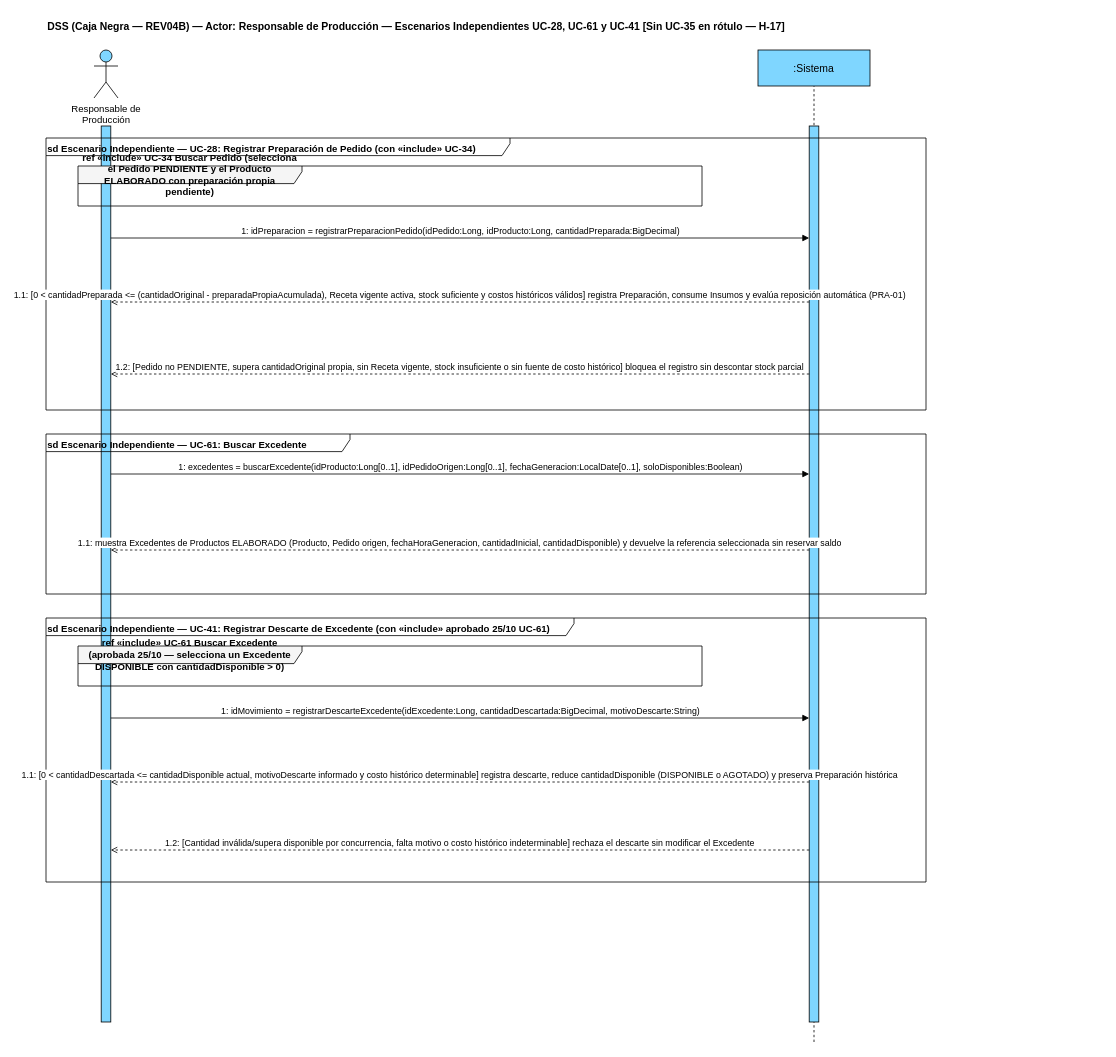
The draw.io diagram page "DSS REV04B - Producción (UC-28, UC-61, UC-41)" (1 of 3) of docs/08-diagramas/revision/REV04_PEDIDOS_ENTREGAS/propuestos/DSS_REV04B_CORREGIDO.drawio.xml in leandrito369/ale-milanesas, before the edit. Source tidied: cells renumbered, new cells numbered last; positions are measured from the earlier drawing's top-left corner, leaving out a move shared by most shapes. Both pictures are drawn from the tidied source at 80%, with x=0, y=0 at pixel (46, 14).
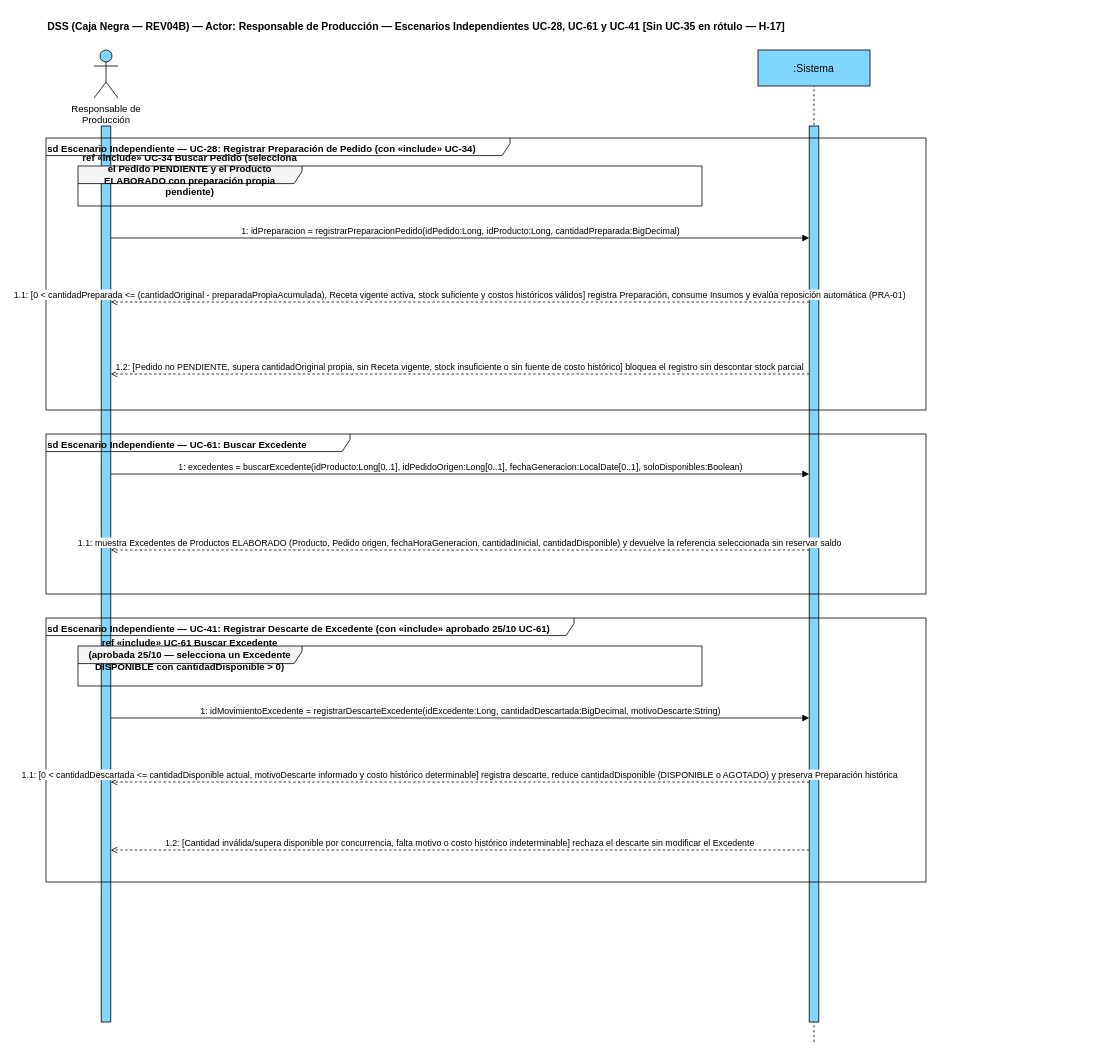
After the change.

Diff of the diagram source:
```diff
@@
-    <mxCell id="18" value="1: idMovimiento = registrarDescarteExcedente(idExcedente:Long, cantidadDescartada:BigDecimal, motivoDescarte:String)" style="html=1;verticalAlign=bottom;endArrow=block;endFill=1;strokeColor=#000000;" parent="1" edge="1">
+    <mxCell id="18" value="1: idMovimientoExcedente = registrarDescarteExcedente(idExcedente:Long, cantidadDescartada:BigDecimal, motivoDescarte:String)" style="html=1;verticalAlign=bottom;endArrow=block;endFill=1;strokeColor=#000000;" parent="1" edge="1">
       <mxGeometry relative="1" as="geometry">
         <mxPoint x="81" y="880" as="sourcePoint" />
         <mxPoint x="954" y="880" as="targetPoint" />
       </mxGeometry>
     </mxCell>
```
